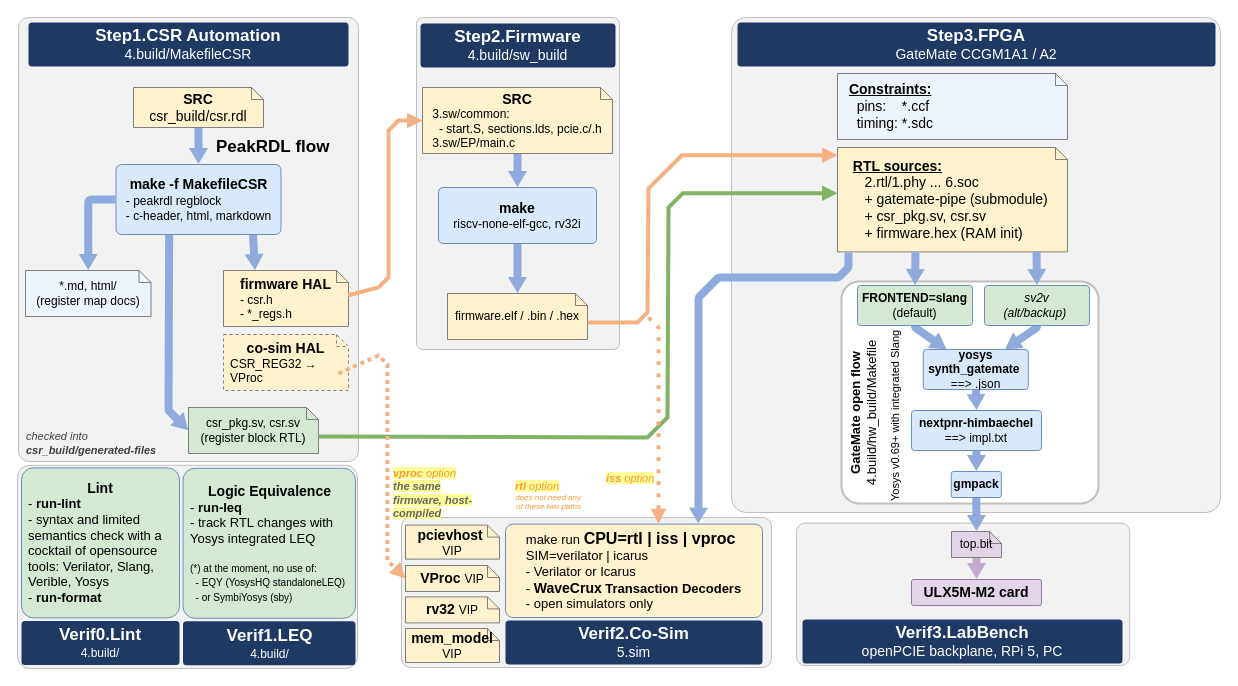
The draw.io diagram 0.doc/4.build/build-flow.drawio in chili-chips-ba/openCologne-PCIE, before the edit. Source tidied: cells renumbered, new cells numbered last; positions are measured from the earlier drawing's top-left corner, leaving out a move shared by most shapes. Both pictures are drawn from the tidied source at 100%, with x=0, y=0 at pixel (17, 17).
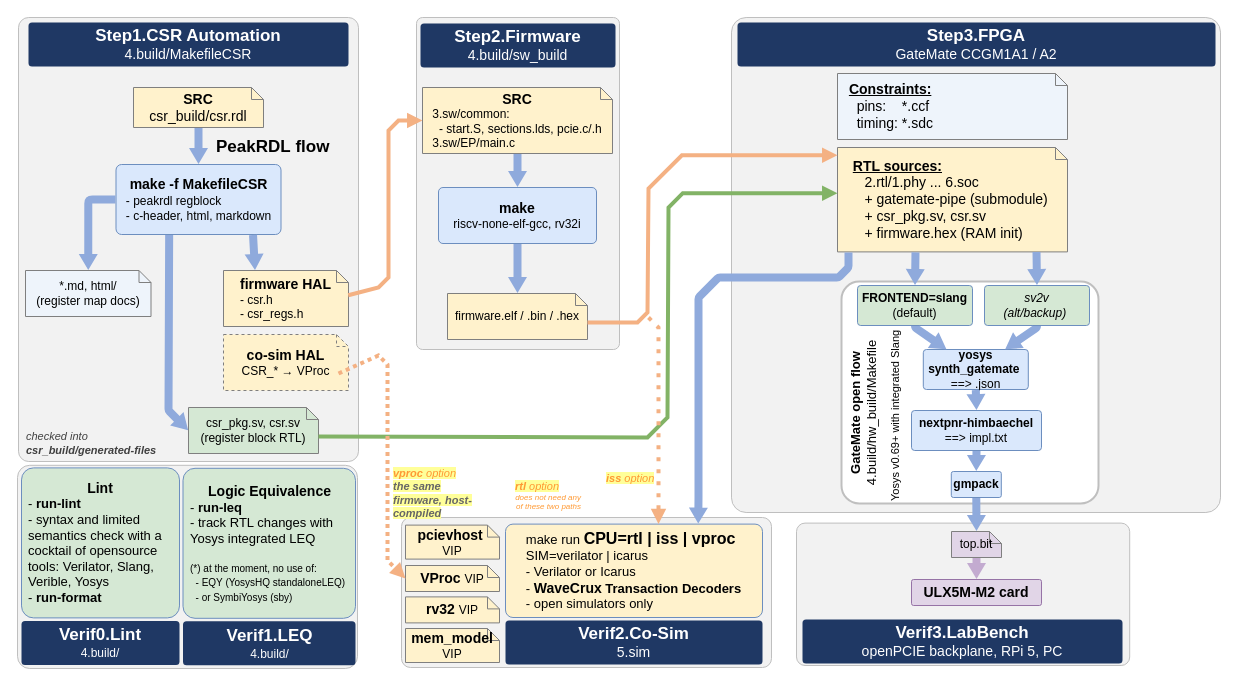
The same page after the edit.

The edit, as a diff of the source:
```diff
@@
-    <mxCell id="10" value="&lt;div&gt;&lt;b style=&quot;background-color: transparent; color: light-dark(rgb(0, 0, 0), rgb(237, 237, 237));&quot;&gt;&lt;font style=&quot;font-size: 14px;&quot;&gt;firmware HAL&lt;/font&gt;&lt;/b&gt;&lt;/div&gt;&lt;div style=&quot;text-align: left;&quot;&gt;&lt;span style=&quot;background-color: transparent; color: light-dark(rgb(0, 0, 0), rgb(237, 237, 237));&quot;&gt;- csr.h&lt;/span&gt;&lt;/div&gt;&lt;div style=&quot;text-align: left;&quot;&gt;&lt;span style=&quot;background-color: transparent; color: light-dark(rgb(0, 0, 0), rgb(237, 237, 237));&quot;&gt;- *_regs.h&lt;/span&gt;&lt;/div&gt;" style="rounded=0;whiteSpace=wrap;html=1;arcSize=8;fillColor=#fff2cc;strokeColor=#7f7f7f;fontColor=#000000;fontSize=12;fontStyle=0;align=center;verticalAlign=middle;spacingLeft=6;spacingRight=6;shape=note;size=12;points=[[0,0,0,0,0],[0,0,0,103,0],[0,0,0,109,6],[0,0,0,115,12],[0,0.5,0,0,0],[0,1,0,0,0],[0.252174,0,0,0,0],[0.5,0,0,0,0],[0.5,1,0,0,0],[1,0.5,0,0,0],[1,1,0,0,0]];" parent="1" vertex="1">
+    <mxCell id="10" value="&lt;div&gt;&lt;b style=&quot;background-color: transparent; color: light-dark(rgb(0, 0, 0), rgb(237, 237, 237));&quot;&gt;&lt;font style=&quot;font-size: 14px;&quot;&gt;firmware HAL&lt;/font&gt;&lt;/b&gt;&lt;/div&gt;&lt;div style=&quot;text-align: left;&quot;&gt;&lt;span style=&quot;background-color: transparent; color: light-dark(rgb(0, 0, 0), rgb(237, 237, 237));&quot;&gt;- csr.h&lt;/span&gt;&lt;/div&gt;&lt;div style=&quot;text-align: left;&quot;&gt;&lt;span style=&quot;background-color: transparent; color: light-dark(rgb(0, 0, 0), rgb(237, 237, 237));&quot;&gt;- csr_regs.h&lt;/span&gt;&lt;/div&gt;" style="rounded=0;whiteSpace=wrap;html=1;arcSize=8;fillColor=#fff2cc;strokeColor=#7f7f7f;fontColor=#000000;fontSize=12;fontStyle=0;align=center;verticalAlign=middle;spacingLeft=6;spacingRight=6;shape=note;size=12;points=[[0,0,0,0,0],[0,0,0,103,0],[0,0,0,109,6],[0,0,0,115,12],[0,0.5,0,0,0],[0,1,0,0,0],[0.252174,0,0,0,0],[0.5,0,0,0,0],[0.5,1,0,0,0],[1,0.5,0,0,0],[1,1,0,0,0]];" parent="1" vertex="1">
       <mxGeometry x="206" y="253" width="125" height="56" as="geometry" />
     </mxCell>
@@
-    <mxCell id="45" value="&lt;div&gt;&lt;b&gt;&lt;font style=&quot;font-size: 14px;&quot;&gt;co-sim HAL&lt;/font&gt;&lt;/b&gt;&lt;/div&gt;&lt;div style=&quot;text-align: left;&quot;&gt;CSR_REG32 → VProc&lt;/div&gt;" style="rounded=0;whiteSpace=wrap;html=1;arcSize=8;fillColor=#fff2cc;strokeColor=#7f7f7f;fontColor=#000000;fontSize=12;fontStyle=0;align=center;verticalAlign=middle;spacingLeft=6;spacingRight=6;shape=note;size=12;dashed=1;" parent="1" vertex="1">
+    <mxCell id="45" value="&lt;div&gt;&lt;b&gt;&lt;font style=&quot;font-size: 14px;&quot;&gt;co-sim HAL&lt;/font&gt;&lt;/b&gt;&lt;/div&gt;&lt;div style=&quot;text-align: left;&quot;&gt;CSR_* → VProc&lt;/div&gt;" style="rounded=0;whiteSpace=wrap;html=1;arcSize=8;fillColor=#fff2cc;strokeColor=#7f7f7f;fontColor=#000000;fontSize=12;fontStyle=0;align=center;verticalAlign=middle;spacingLeft=6;spacingRight=6;shape=note;size=12;dashed=1;" parent="1" vertex="1">
       <mxGeometry x="206" y="317" width="125" height="56" as="geometry" />
     </mxCell>
```
